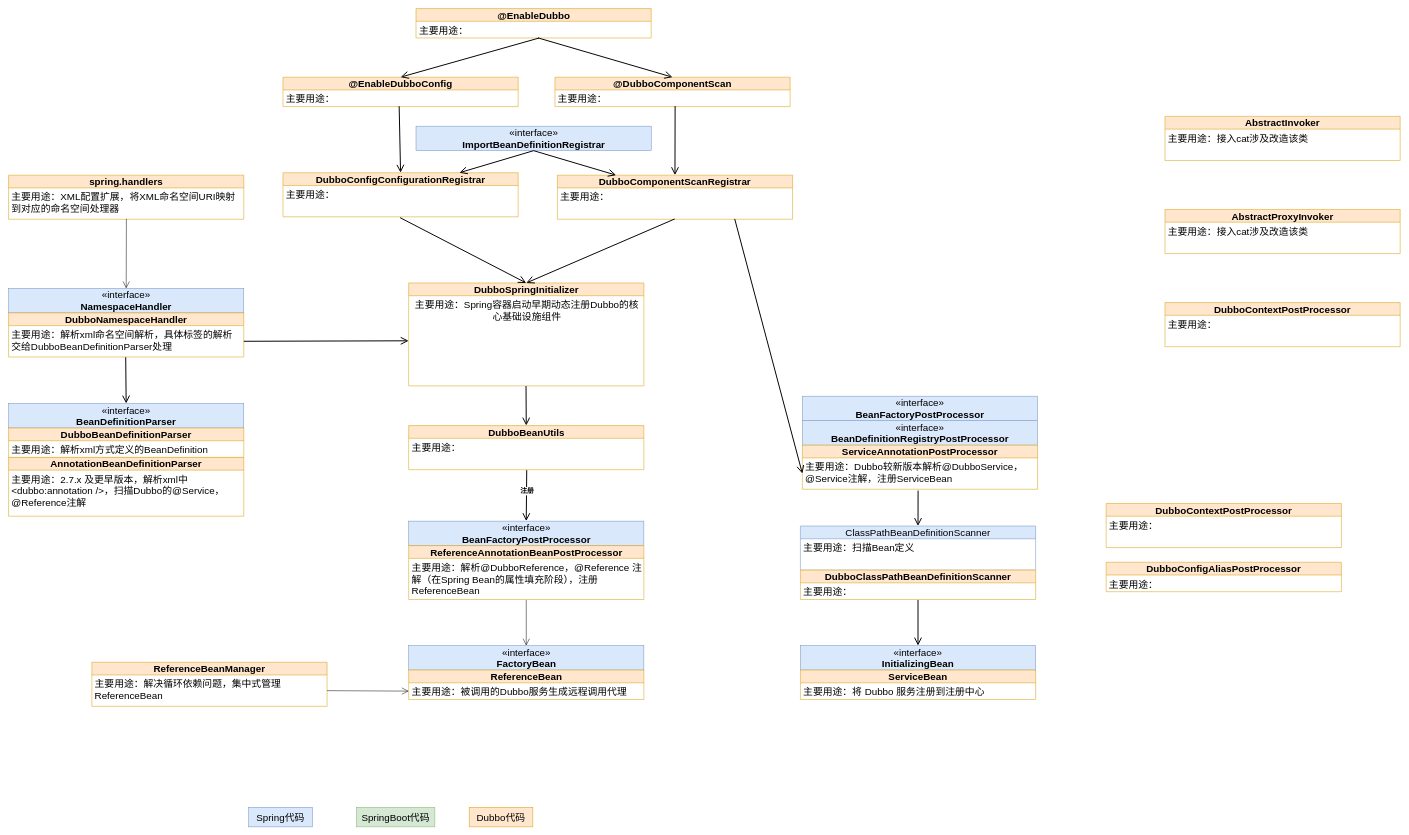
The draw.io diagram dubbo-learning-doc/drawio/Dubbo重要类全局地图.drawio in czwer/dubbo-learning, before the edit. Source tidied: cells renumbered, new cells numbered last; positions are measured from the earlier drawing's top-left corner, leaving out a move shared by most shapes. Both pictures are drawn from the tidied source at 49%, with x=0, y=0 at pixel (8, 8).
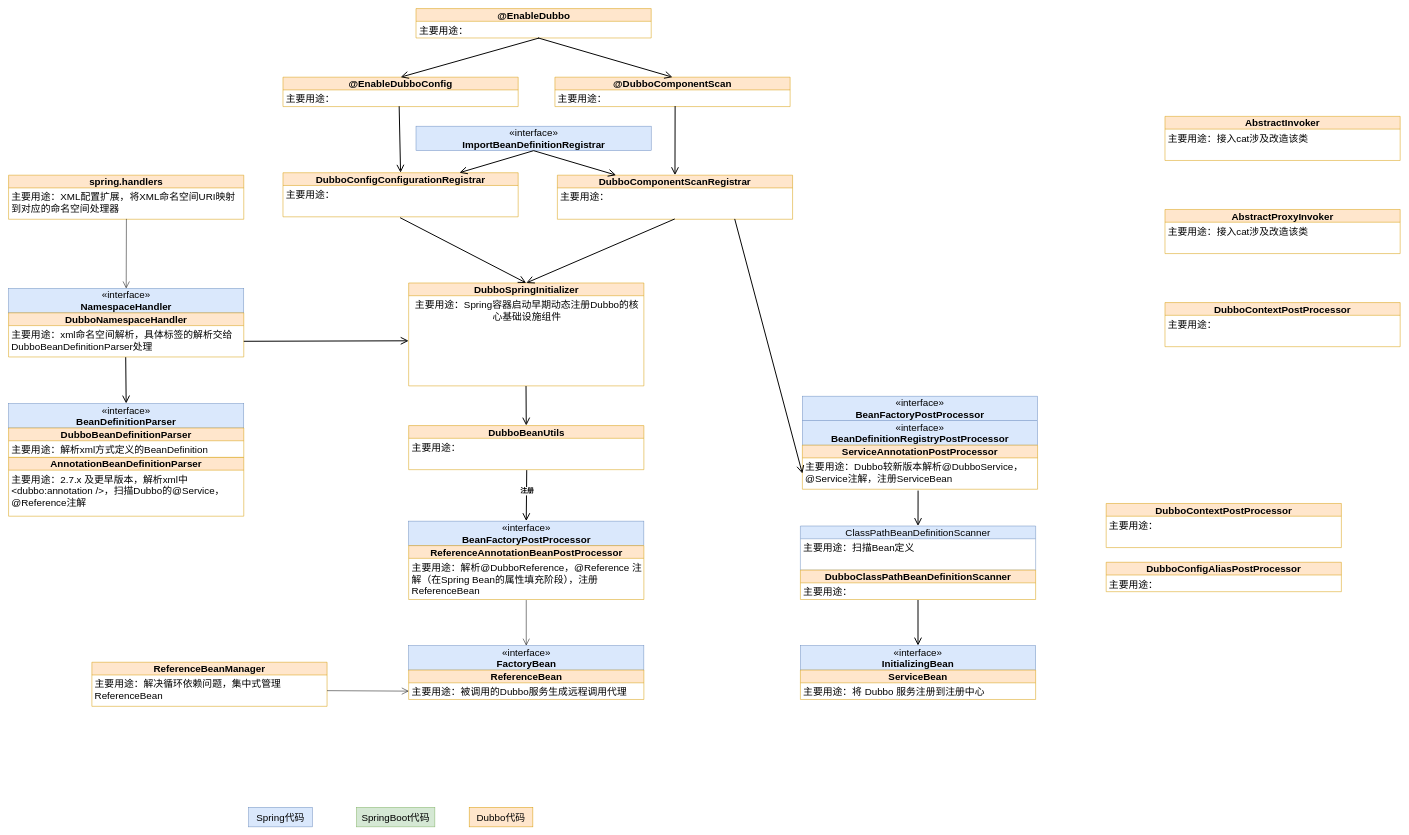
After the change.

The change refers to these unchanged cells:
```xml
<mxCell id="5" value="&lt;span style=&quot;font-size: 20px;&quot;&gt;&lt;b&gt;DubboNamespaceHandler&lt;/b&gt;&lt;/span&gt;" style="swimlane;fontStyle=0;horizontal=1;startSize=26;fillColor=#ffe6cc;whiteSpace=wrap;html=1;strokeColor=#d79b00;" parent="1" vertex="1">
  <mxGeometry y="621" width="480" height="90" as="geometry" />
</mxCell>
```

The edit, as a diff of the source:
```diff
@@
-    <mxCell id="6" value="主要用途：解析xml命名空间解析，具体标签的解析交给DubboBeanDefinitionParser处理" style="text;strokeColor=none;fillColor=none;align=left;verticalAlign=top;spacingLeft=4;spacingRight=4;overflow=hidden;points=[[0,0.5],[1,0.5]];portConstraint=eastwest;whiteSpace=wrap;html=1;fontSize=20;" parent="5" vertex="1">
+    <mxCell id="6" value="主要用途：xml命名空间解析，具体标签的解析交给DubboBeanDefinitionParser处理" style="text;strokeColor=none;fillColor=none;align=left;verticalAlign=top;spacingLeft=4;spacingRight=4;overflow=hidden;points=[[0,0.5],[1,0.5]];portConstraint=eastwest;whiteSpace=wrap;html=1;fontSize=20;" parent="5" vertex="1">
       <mxGeometry y="26" width="480" height="64" as="geometry" />
     </mxCell>
```
